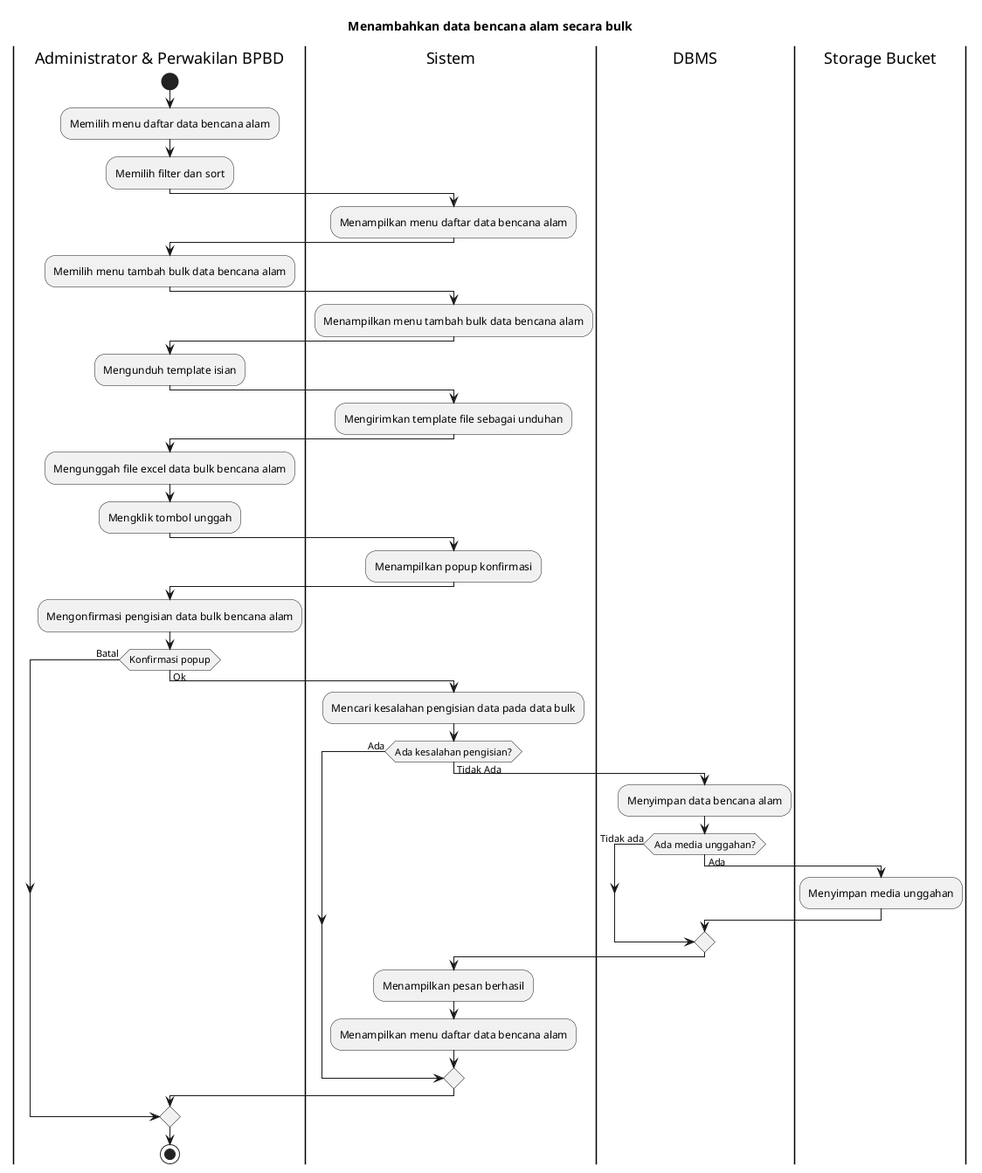
bagusNA/appl-diagrams keeps this PlantUML diagram as export/Activity Diagrams/UC-MGDISASTER - Manajemen Data Bencana/UC-MGDISASTER-011 - Menambahkan data bencana alam secara bulk.png. Above is the earlier version. Source of this version:
```plantuml
@startuml
title Menambahkan data bencana alam secara bulk

|Administrator & Perwakilan BPBD|
start
:Memilih menu daftar data bencana alam;
:Memilih filter dan sort;

|Sistem|
:Menampilkan menu daftar data bencana alam;

|Administrator & Perwakilan BPBD|
:Memilih menu tambah bulk data bencana alam;

|Sistem|
:Menampilkan menu tambah bulk data bencana alam;

|Administrator & Perwakilan BPBD|
:Mengunduh template isian;

|Sistem|
:Mengirimkan template file sebagai unduhan;

|Administrator & Perwakilan BPBD|
:Mengunggah file excel data bulk bencana alam;
:Mengklik tombol unggah;

|Sistem|
:Menampilkan popup konfirmasi;

|Administrator & Perwakilan BPBD|
:Mengonfirmasi pengisian data bulk bencana alam;

if (Konfirmasi popup) then (Batal)
else (Ok)
  |Sistem|
  :Mencari kesalahan pengisian data pada data bulk;

  if (Ada kesalahan pengisian?) then (Ada)
  else (Tidak Ada)
    |DBMS|
    :Menyimpan data bencana alam;

    if (Ada media unggahan?) then (Tidak ada)
    else (Ada)
      |Storage Bucket|
      :Menyimpan media unggahan;
    endif

    |Sistem|
    :Menampilkan pesan berhasil;
    :Menampilkan menu daftar data bencana alam;
  endif
endif

|Administrator & Perwakilan BPBD|
stop
@enduml
```
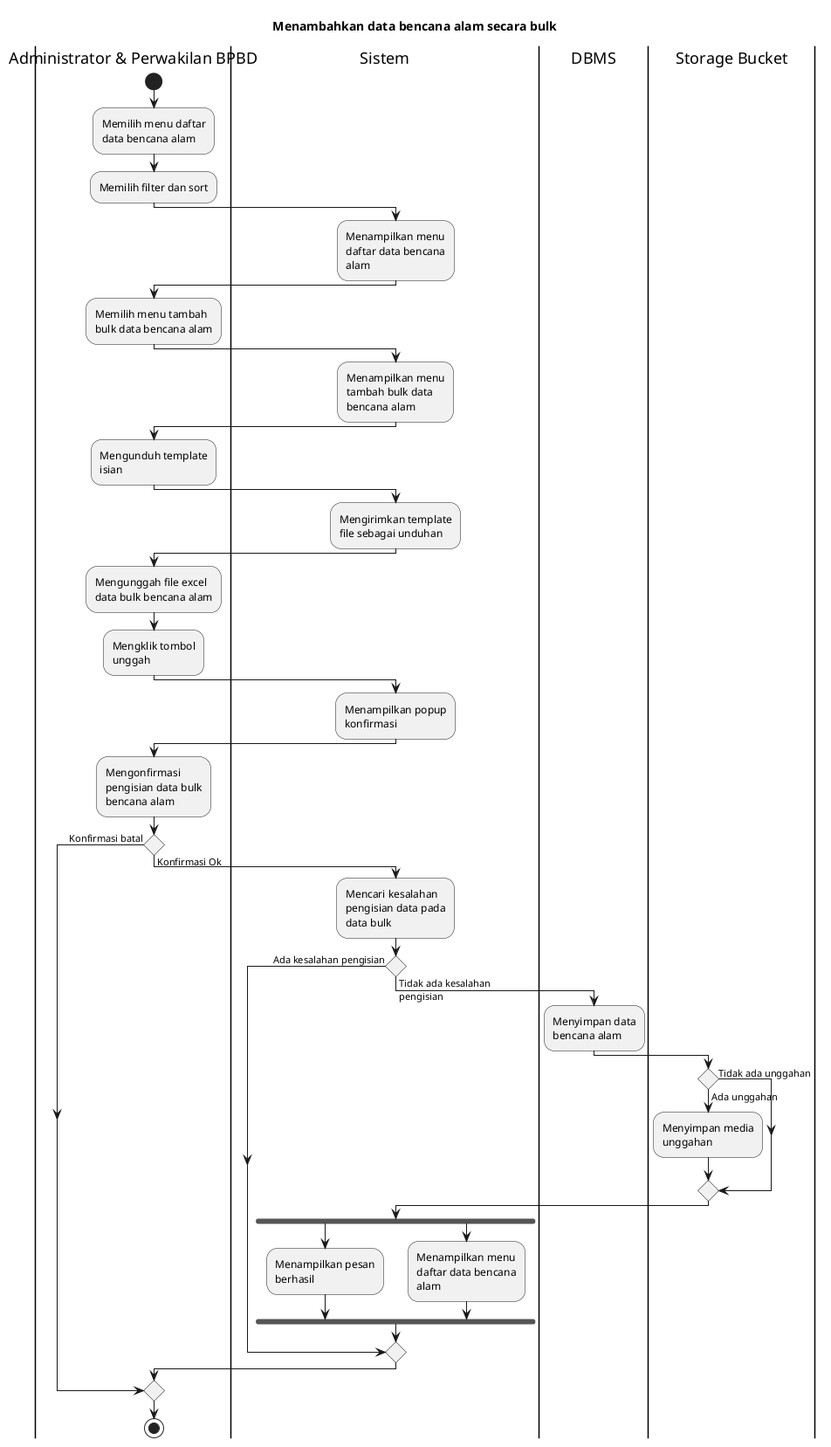
After the change.

What changed in the source:
```diff
@@ -1,4 +1,6 @@
 @startuml
+skinparam wrapWidth 140
+
 title Menambahkan data bencana alam secara bulk
 
 |Administrator & Perwakilan BPBD|
@@ -31,25 +33,28 @@
 |Administrator & Perwakilan BPBD|
 :Mengonfirmasi pengisian data bulk bencana alam;
 
-if (Konfirmasi popup) then (Batal)
-else (Ok)
+if () then (Konfirmasi batal)
+else (Konfirmasi Ok)
   |Sistem|
   :Mencari kesalahan pengisian data pada data bulk;
 
-  if (Ada kesalahan pengisian?) then (Ada)
-  else (Tidak Ada)
+  if () then (Ada kesalahan pengisian)
+  else (Tidak ada kesalahan pengisian)
     |DBMS|
     :Menyimpan data bencana alam;
 
-    if (Ada media unggahan?) then (Tidak ada)
-    else (Ada)
-      |Storage Bucket|
+    |Storage Bucket|
+    if () then (Tidak ada unggahan)
+    else (Ada unggahan)
       :Menyimpan media unggahan;
     endif
 
     |Sistem|
-    :Menampilkan pesan berhasil;
-    :Menampilkan menu daftar data bencana alam;
+    fork
+      :Menampilkan pesan berhasil;
+    fork again
+      :Menampilkan menu daftar data bencana alam;
+    endfork
   endif
 endif
 
```
